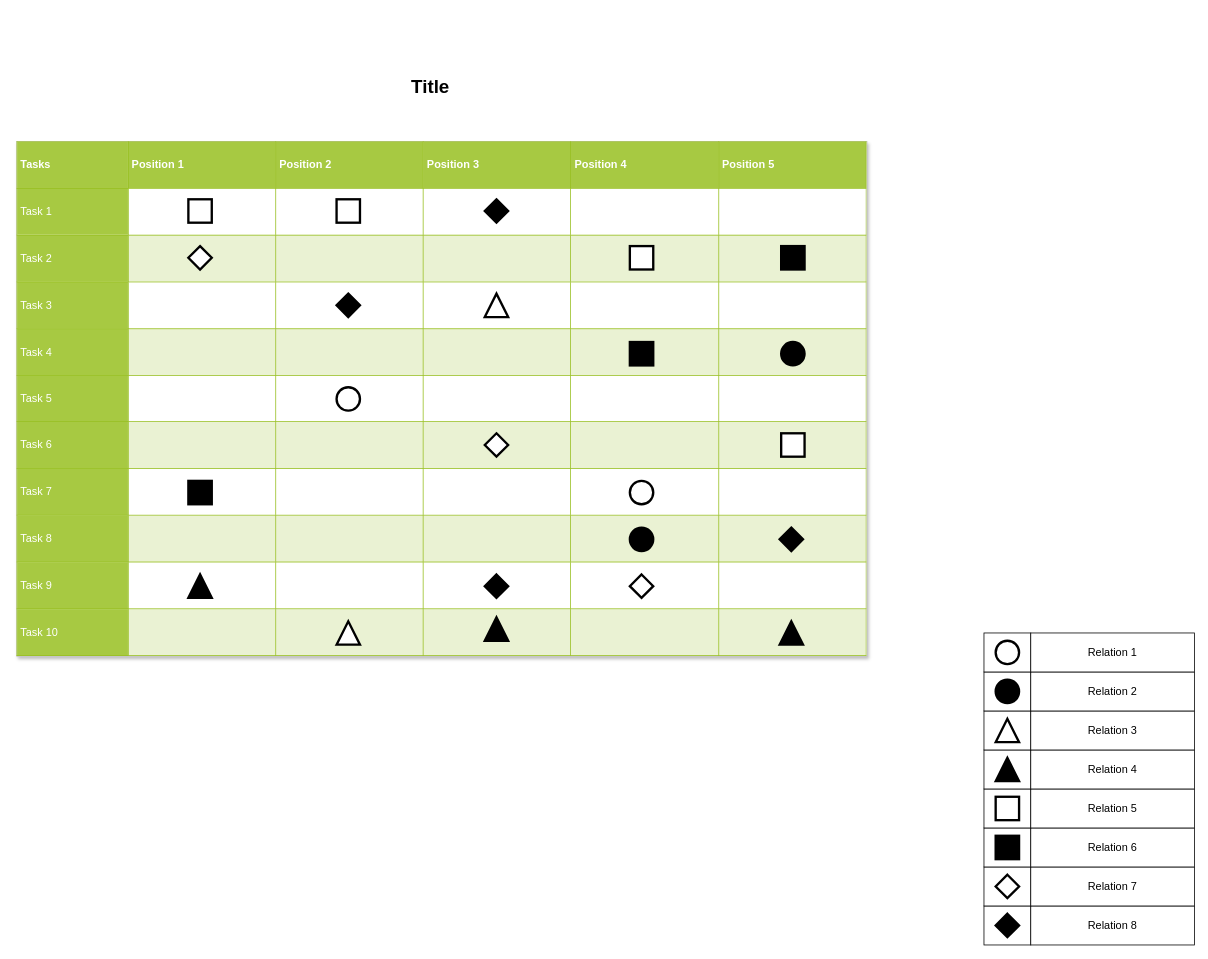
Earlier version of the draw.io diagram aoi.drawio (LiuBaiSMD/drawIO). Source tidied: cells renumbered, new cells numbered last; positions are measured from the earlier drawing's top-left corner, leaving out a move shared by most shapes. Both pictures are drawn from the tidied source at 78%, with x=0, y=0 at pixel (16, 71).
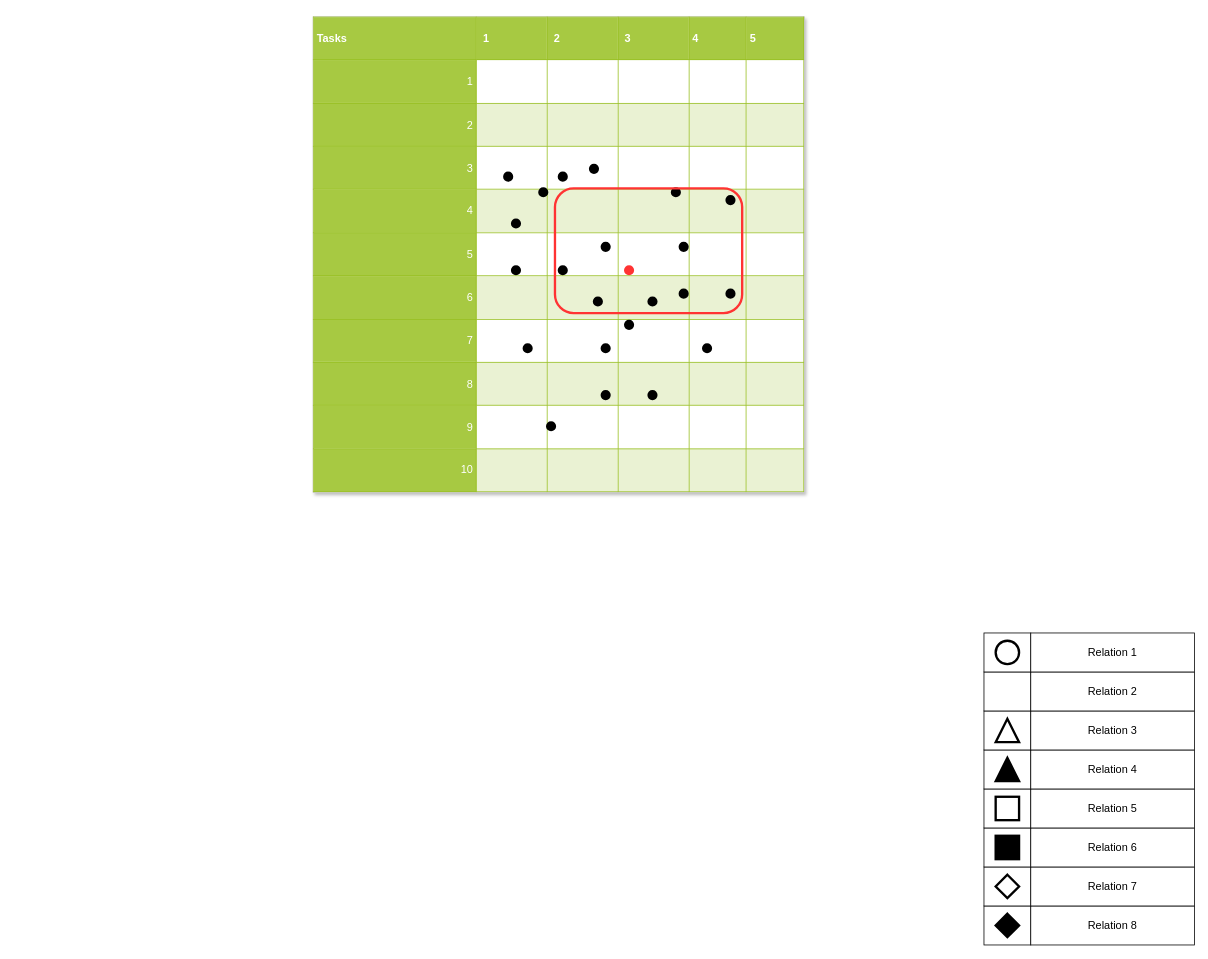
The same diagram, later.

The edit, as a diff of the source:
```diff
@@
-    <mxCell id="19" value="&lt;table border=&quot;1&quot; width=&quot;100%&quot; cellpadding=&quot;4&quot; style=&quot;width: 100% ; height: 100% ; border-collapse: collapse&quot;&gt;&lt;tbody&gt;&lt;tr style=&quot;background-color: #a7c942 ; color: #ffffff ; border: 1px solid #98bf21&quot;&gt;&lt;th&gt;Tasks&lt;/th&gt;&lt;th&gt;Position 1&lt;/th&gt;&lt;th&gt;Position 2&lt;/th&gt;&lt;th&gt;Position 3&lt;/th&gt;&lt;th&gt;Position 4&lt;/th&gt;&lt;th&gt;Position 5&lt;/th&gt;&lt;/tr&gt;&lt;tr style=&quot;border: 1px solid #98bf21&quot;&gt;&lt;td style=&quot;background-color: #a7c942 ; color: #ffffff ; border: 1px solid #98bf21&quot;&gt;Task 1&lt;/td&gt;&lt;td&gt;&lt;/td&gt;&lt;td&gt;&lt;/td&gt;&lt;td&gt;&lt;br&gt;&lt;/td&gt;&lt;td&gt;&lt;br&gt;&lt;/td&gt;&lt;td&gt;&lt;br&gt;&lt;/td&gt;&lt;/tr&gt;&lt;tr style=&quot;background-color: #eaf2d3 ; border: 1px solid #98bf21&quot;&gt;&lt;td style=&quot;background-color: #a7c942 ; color: #ffffff ; border: 1px solid #98bf21&quot;&gt;Task 2&lt;/td&gt;&lt;td&gt;&lt;/td&gt;&lt;td&gt;&lt;/td&gt;&lt;td&gt;&lt;br&gt;&lt;/td&gt;&lt;td&gt;&lt;br&gt;&lt;/td&gt;&lt;td&gt;&lt;br&gt;&lt;/td&gt;&lt;/tr&gt;&lt;tr style=&quot;border: 1px solid #98bf21&quot;&gt;&lt;td style=&quot;background-color: #a7c942 ; color: #ffffff ; border: 1px solid #98bf21&quot;&gt;Task 3&lt;/td&gt;&lt;td&gt;&lt;/td&gt;&lt;td&gt;&lt;/td&gt;&lt;td&gt;&lt;br&gt;&lt;/td&gt;&lt;td&gt;&lt;br&gt;&lt;/td&gt;&lt;td&gt;&lt;br&gt;&lt;/td&gt;&lt;/tr&gt;&lt;tr style=&quot;background-color: #eaf2d3 ; border: 1px solid #98bf21&quot;&gt;&lt;td style=&quot;background-color: #a7c942 ; color: #ffffff ; border: 1px solid #98bf21&quot;&gt;Task 4&lt;/td&gt;&lt;td&gt;&lt;/td&gt;&lt;td&gt;&lt;/td&gt;&lt;td&gt;&lt;br&gt;&lt;/td&gt;&lt;td&gt;&lt;br&gt;&lt;/td&gt;&lt;td&gt;&lt;br&gt;&lt;/td&gt;&lt;/tr&gt;&lt;tr style=&quot;border: 1px solid #98bf21&quot;&gt;&lt;td style=&quot;background-color: #a7c942 ; color: #ffffff ; border: 1px solid #98bf21&quot;&gt;Task 5&lt;br&gt;&lt;/td&gt;&lt;td&gt;&lt;br&gt;&lt;/td&gt;&lt;td&gt;&lt;br&gt;&lt;/td&gt;&lt;td&gt;&lt;br&gt;&lt;/td&gt;&lt;td&gt;&lt;br&gt;&lt;/td&gt;&lt;td&gt;&lt;br&gt;&lt;/td&gt;&lt;/tr&gt;&lt;tr style=&quot;background-color: #eaf2d3 ; border: 1px solid #98bf21&quot;&gt;&lt;td style=&quot;background-color: #a7c942 ; color: #ffffff ; border: 1px solid #98bf21&quot;&gt;Task 6&lt;br&gt;&lt;/td&gt;&lt;td&gt;&lt;br&gt;&lt;/td&gt;&lt;td&gt;&lt;br&gt;&lt;/td&gt;&lt;td&gt;&lt;br&gt;&lt;/td&gt;&lt;td&gt;&lt;br&gt;&lt;/td&gt;&lt;td&gt;&lt;br&gt;&lt;/td&gt;&lt;/tr&gt;&lt;tr style=&quot;border: 1px solid #98bf21&quot;&gt;&lt;td style=&quot;background-color: #a7c942 ; color: #ffffff ; border: 1px solid #98bf21&quot;&gt;Task 7&lt;br&gt;&lt;/td&gt;&lt;td&gt;&lt;br&gt;&lt;/td&gt;&lt;td&gt;&lt;br&gt;&lt;/td&gt;&lt;td&gt;&lt;br&gt;&lt;/td&gt;&lt;td&gt;&lt;br&gt;&lt;/td&gt;&lt;td&gt;&lt;br&gt;&lt;/td&gt;&lt;/tr&gt;&lt;tr style=&quot;background-color: #eaf2d3 ; border: 1px solid #98bf21&quot;&gt;&lt;td style=&quot;background-color: #a7c942 ; color: #ffffff ; border: 1px solid #98bf21&quot;&gt;Task 8&lt;br&gt;&lt;/td&gt;&lt;td&gt;&lt;br&gt;&lt;/td&gt;&lt;td&gt;&lt;br&gt;&lt;/td&gt;&lt;td&gt;&lt;br&gt;&lt;/td&gt;&lt;td&gt;&lt;br&gt;&lt;/td&gt;&lt;td&gt;&lt;br&gt;&lt;/td&gt;&lt;/tr&gt;&lt;tr style=&quot;border: 1px solid #98bf21&quot;&gt;&lt;td style=&quot;background-color: #a7c942 ; color: #ffffff ; border: 1px solid #98bf21&quot;&gt;Task 9&lt;br&gt;&lt;/td&gt;&lt;td&gt;&lt;br&gt;&lt;/td&gt;&lt;td&gt;&lt;br&gt;&lt;/td&gt;&lt;td&gt;&lt;br&gt;&lt;/td&gt;&lt;td&gt;&lt;br&gt;&lt;/td&gt;&lt;td&gt;&lt;br&gt;&lt;/td&gt;&lt;/tr&gt;&lt;tr style=&quot;background-color: #eaf2d3 ; border: 1px solid #98bf21&quot;&gt;&lt;td style=&quot;background-color: #a7c942 ; color: #ffffff ; border: 1px solid #98bf21&quot;&gt;Task 10&lt;br&gt;&lt;/td&gt;&lt;td&gt;&lt;br&gt;&lt;/td&gt;&lt;td&gt;&lt;br&gt;&lt;/td&gt;&lt;td&gt;&lt;br&gt;&lt;/td&gt;&lt;td&gt;&lt;br&gt;&lt;/td&gt;&lt;td&gt;&lt;br&gt;&lt;/td&gt;&lt;/tr&gt;&lt;/tbody&gt;&lt;/table&gt;" style="text;html=1;strokeColor=#c0c0c0;fillColor=#ffffff;overflow=fill;rounded=0;shadow=1;fontSize=14;fontColor=#000000;" parent="1" vertex="1">
-      <mxGeometry y="90" width="1090" height="660" as="geometry" />
+    <mxCell id="19" value="&lt;table border=&quot;1&quot; width=&quot;100%&quot; cellpadding=&quot;4&quot; style=&quot;width: 100% ; height: 100% ; border-collapse: collapse&quot;&gt;&lt;tbody&gt;&lt;tr style=&quot;background-color: #a7c942 ; color: #ffffff ; border: 1px solid #98bf21&quot;&gt;&lt;th&gt;Tasks&lt;/th&gt;&lt;th&gt;&amp;nbsp;1&lt;/th&gt;&lt;th&gt;&amp;nbsp;2&lt;/th&gt;&lt;th&gt;&amp;nbsp;3&lt;/th&gt;&lt;th&gt;4&lt;/th&gt;&lt;th&gt;5&lt;/th&gt;&lt;/tr&gt;&lt;tr style=&quot;border: 1px solid #98bf21&quot;&gt;&lt;td style=&quot;text-align: right; background-color: rgb(167, 201, 66); color: rgb(255, 255, 255); border: 1px solid rgb(152, 191, 33);&quot;&gt;1&lt;/td&gt;&lt;td&gt;&lt;/td&gt;&lt;td&gt;&lt;/td&gt;&lt;td&gt;&lt;br&gt;&lt;/td&gt;&lt;td&gt;&lt;br&gt;&lt;/td&gt;&lt;td&gt;&lt;br&gt;&lt;/td&gt;&lt;/tr&gt;&lt;tr style=&quot;background-color: #eaf2d3 ; border: 1px solid #98bf21&quot;&gt;&lt;td style=&quot;text-align: right; background-color: rgb(167, 201, 66); color: rgb(255, 255, 255); border: 1px solid rgb(152, 191, 33);&quot;&gt;2&lt;/td&gt;&lt;td&gt;&lt;/td&gt;&lt;td&gt;&lt;/td&gt;&lt;td&gt;&lt;br&gt;&lt;/td&gt;&lt;td&gt;&lt;br&gt;&lt;/td&gt;&lt;td&gt;&lt;br&gt;&lt;/td&gt;&lt;/tr&gt;&lt;tr style=&quot;border: 1px solid #98bf21&quot;&gt;&lt;td style=&quot;text-align: right; background-color: rgb(167, 201, 66); color: rgb(255, 255, 255); border: 1px solid rgb(152, 191, 33);&quot;&gt;3&lt;/td&gt;&lt;td&gt;&lt;/td&gt;&lt;td&gt;&lt;/td&gt;&lt;td&gt;&lt;br&gt;&lt;/td&gt;&lt;td&gt;&lt;br&gt;&lt;/td&gt;&lt;td&gt;&lt;br&gt;&lt;/td&gt;&lt;/tr&gt;&lt;tr style=&quot;background-color: #eaf2d3 ; border: 1px solid #98bf21&quot;&gt;&lt;td style=&quot;text-align: right; background-color: rgb(167, 201, 66); color: rgb(255, 255, 255); border: 1px solid rgb(152, 191, 33);&quot;&gt;&amp;nbsp;4&lt;/td&gt;&lt;td&gt;&lt;/td&gt;&lt;td&gt;&lt;/td&gt;&lt;td&gt;&lt;br&gt;&lt;/td&gt;&lt;td&gt;&lt;br&gt;&lt;/td&gt;&lt;td&gt;&lt;br&gt;&lt;/td&gt;&lt;/tr&gt;&lt;tr style=&quot;border: 1px solid #98bf21&quot;&gt;&lt;td style=&quot;text-align: right; background-color: rgb(167, 201, 66); color: rgb(255, 255, 255); border: 1px solid rgb(152, 191, 33);&quot;&gt;5&lt;br&gt;&lt;/td&gt;&lt;td style=&quot;text-align: right;&quot;&gt;&lt;br&gt;&lt;/td&gt;&lt;td style=&quot;text-align: right;&quot;&gt;&lt;br&gt;&lt;/td&gt;&lt;td style=&quot;text-align: right;&quot;&gt;&lt;br&gt;&lt;/td&gt;&lt;td style=&quot;text-align: right;&quot;&gt;&lt;br&gt;&lt;/td&gt;&lt;td style=&quot;text-align: right;&quot;&gt;&lt;br&gt;&lt;/td&gt;&lt;/tr&gt;&lt;tr style=&quot;background-color: #eaf2d3 ; border: 1px solid #98bf21&quot;&gt;&lt;td style=&quot;text-align: right; background-color: rgb(167, 201, 66); color: rgb(255, 255, 255); border: 1px solid rgb(152, 191, 33);&quot;&gt;6&lt;br&gt;&lt;/td&gt;&lt;td style=&quot;text-align: right;&quot;&gt;&lt;br&gt;&lt;/td&gt;&lt;td style=&quot;text-align: right;&quot;&gt;&lt;br&gt;&lt;/td&gt;&lt;td style=&quot;text-align: right;&quot;&gt;&lt;br&gt;&lt;/td&gt;&lt;td style=&quot;text-align: right;&quot;&gt;&lt;br&gt;&lt;/td&gt;&lt;td style=&quot;text-align: right;&quot;&gt;&lt;br&gt;&lt;/td&gt;&lt;/tr&gt;&lt;tr style=&quot;border: 1px solid #98bf21&quot;&gt;&lt;td style=&quot;text-align: right; background-color: rgb(167, 201, 66); color: rgb(255, 255, 255); border: 1px solid rgb(152, 191, 33);&quot;&gt;&amp;nbsp;7&lt;br&gt;&lt;/td&gt;&lt;td style=&quot;text-align: right;&quot;&gt;&lt;br&gt;&lt;/td&gt;&lt;td style=&quot;text-align: right;&quot;&gt;&lt;br&gt;&lt;/td&gt;&lt;td style=&quot;text-align: right;&quot;&gt;&lt;br&gt;&lt;/td&gt;&lt;td style=&quot;text-align: right;&quot;&gt;&lt;br&gt;&lt;/td&gt;&lt;td style=&quot;text-align: right;&quot;&gt;&lt;br&gt;&lt;/td&gt;&lt;/tr&gt;&lt;tr style=&quot;background-color: #eaf2d3 ; border: 1px solid #98bf21&quot;&gt;&lt;td style=&quot;text-align: right; background-color: rgb(167, 201, 66); color: rgb(255, 255, 255); border: 1px solid rgb(152, 191, 33);&quot;&gt;8&lt;br&gt;&lt;/td&gt;&lt;td style=&quot;text-align: right;&quot;&gt;&lt;br&gt;&lt;/td&gt;&lt;td style=&quot;text-align: right;&quot;&gt;&lt;br&gt;&lt;/td&gt;&lt;td style=&quot;text-align: right;&quot;&gt;&lt;br&gt;&lt;/td&gt;&lt;td style=&quot;text-align: right;&quot;&gt;&lt;br&gt;&lt;/td&gt;&lt;td style=&quot;text-align: right;&quot;&gt;&lt;br&gt;&lt;/td&gt;&lt;/tr&gt;&lt;tr style=&quot;border: 1px solid #98bf21&quot;&gt;&lt;td style=&quot;text-align: right; background-color: rgb(167, 201, 66); color: rgb(255, 255, 255); border: 1px solid rgb(152, 191, 33);&quot;&gt;9&lt;br&gt;&lt;/td&gt;&lt;td style=&quot;text-align: right;&quot;&gt;&lt;br&gt;&lt;/td&gt;&lt;td style=&quot;text-align: right;&quot;&gt;&lt;br&gt;&lt;/td&gt;&lt;td style=&quot;text-align: right;&quot;&gt;&lt;br&gt;&lt;/td&gt;&lt;td style=&quot;text-align: right;&quot;&gt;&lt;br&gt;&lt;/td&gt;&lt;td style=&quot;text-align: right;&quot;&gt;&lt;br&gt;&lt;/td&gt;&lt;/tr&gt;&lt;tr style=&quot;background-color: #eaf2d3 ; border: 1px solid #98bf21&quot;&gt;&lt;td style=&quot;text-align: right; background-color: rgb(167, 201, 66); color: rgb(255, 255, 255); border: 1px solid rgb(152, 191, 33);&quot;&gt;10&lt;br&gt;&lt;/td&gt;&lt;td&gt;&lt;br&gt;&lt;/td&gt;&lt;td&gt;&lt;br&gt;&lt;/td&gt;&lt;td&gt;&lt;br&gt;&lt;/td&gt;&lt;td&gt;&lt;br&gt;&lt;/td&gt;&lt;td&gt;&lt;br&gt;&lt;/td&gt;&lt;/tr&gt;&lt;/tbody&gt;&lt;/table&gt;" style="text;html=1;strokeColor=#c0c0c0;fillColor=#ffffff;overflow=fill;rounded=0;shadow=1;fontSize=14;fontColor=#000000;fixedWidth=0;imageAspect=1;" parent="1" vertex="1">
+      <mxGeometry x="380" y="-70" width="630" height="610" as="geometry" />
     </mxCell>
-    <mxCell id="20" value="Title" style="text;strokeColor=none;fillColor=none;html=1;fontSize=24;fontStyle=1;verticalAlign=middle;align=center;rounded=0;shadow=1;" parent="1" vertex="1">
-      <mxGeometry x="140" width="780" height="40" as="geometry" />
-    </mxCell>
@@
     <mxCell id="22" style="ellipse;whiteSpace=wrap;html=1;rounded=0;shadow=0;strokeWidth=3;fontSize=14;fillColor=#000000;" parent="1" vertex="1">
-      <mxGeometry x="1255" y="780" width="30" height="30" as="geometry" />
+      <mxGeometry x="650" y="350" width="10" height="10" as="geometry" />
     </mxCell>
@@
-    <mxCell id="28" style="ellipse;whiteSpace=wrap;html=1;rounded=0;shadow=0;strokeWidth=3;fontSize=14;" parent="1" vertex="1">
-      <mxGeometry x="786" y="525" width="30" height="30" as="geometry" />
-    </mxCell>
-    <mxCell id="29" style="ellipse;whiteSpace=wrap;html=1;rounded=0;shadow=0;strokeWidth=3;fontSize=14;" parent="1" vertex="1">
-      <mxGeometry x="410" y="405" width="30" height="30" as="geometry" />
-    </mxCell>
-    <mxCell id="30" style="ellipse;whiteSpace=wrap;html=1;rounded=0;shadow=0;strokeWidth=3;fontSize=14;fillColor=#000000;" parent="1" vertex="1">
-      <mxGeometry x="980" y="347" width="30" height="30" as="geometry" />
-    </mxCell>
-    <mxCell id="31" style="ellipse;whiteSpace=wrap;html=1;rounded=0;shadow=0;strokeWidth=3;fontSize=14;fillColor=#000000;" parent="1" vertex="1">
-      <mxGeometry x="786" y="585" width="30" height="30" as="geometry" />
-    </mxCell>
-    <mxCell id="32" style="triangle;whiteSpace=wrap;html=1;rounded=0;shadow=0;strokeWidth=3;fontSize=14;direction=north;" parent="1" vertex="1">
-      <mxGeometry x="410" y="705" width="30" height="30" as="geometry" />
-    </mxCell>
-    <mxCell id="33" style="triangle;whiteSpace=wrap;html=1;rounded=0;shadow=0;strokeWidth=3;fontSize=14;direction=north;" parent="1" vertex="1">
-      <mxGeometry x="600" y="285" width="30" height="30" as="geometry" />
-    </mxCell>
-    <mxCell id="34" style="triangle;whiteSpace=wrap;html=1;rounded=0;shadow=0;strokeWidth=3;fillColor=#000000;fontSize=14;direction=north;" parent="1" vertex="1">
-      <mxGeometry x="978" y="705" width="30" height="30" as="geometry" />
-    </mxCell>
-    <mxCell id="35" style="triangle;whiteSpace=wrap;html=1;rounded=0;shadow=0;strokeWidth=3;fillColor=#000000;fontSize=14;direction=north;" parent="1" vertex="1">
-      <mxGeometry x="600" y="700" width="30" height="30" as="geometry" />
-    </mxCell>
-    <mxCell id="36" style="triangle;whiteSpace=wrap;html=1;rounded=0;shadow=0;strokeWidth=3;fillColor=#000000;fontSize=14;direction=north;" parent="1" vertex="1">
-      <mxGeometry x="220" y="645" width="30" height="30" as="geometry" />
-    </mxCell>
-    <mxCell id="37" style="whiteSpace=wrap;html=1;rounded=0;shadow=0;strokeWidth=3;fontSize=14;" parent="1" vertex="1">
-      <mxGeometry x="220" y="164" width="30" height="30" as="geometry" />
-    </mxCell>
-    <mxCell id="38" style="whiteSpace=wrap;html=1;rounded=0;shadow=0;strokeWidth=3;fontSize=14;" parent="1" vertex="1">
-      <mxGeometry x="410" y="164" width="30" height="30" as="geometry" />
-    </mxCell>
-    <mxCell id="39" style="whiteSpace=wrap;html=1;rounded=0;shadow=0;strokeWidth=3;fontSize=14;" parent="1" vertex="1">
-      <mxGeometry x="786" y="224" width="30" height="30" as="geometry" />
-    </mxCell>
-    <mxCell id="40" style="whiteSpace=wrap;html=1;rounded=0;shadow=0;strokeWidth=3;fillColor=#ffffff;fontSize=14;" parent="1" vertex="1">
-      <mxGeometry x="980" y="464" width="30" height="30" as="geometry" />
-    </mxCell>
-    <mxCell id="41" style="whiteSpace=wrap;html=1;rounded=0;shadow=0;strokeWidth=3;fillColor=#000000;fontSize=14;" parent="1" vertex="1">
-      <mxGeometry x="220" y="525" width="30" height="30" as="geometry" />
-    </mxCell>
-    <mxCell id="42" style="whiteSpace=wrap;html=1;rounded=0;shadow=0;strokeWidth=3;fillColor=#000000;fontSize=14;" parent="1" vertex="1">
-      <mxGeometry x="786" y="347" width="30" height="30" as="geometry" />
-    </mxCell>
-    <mxCell id="43" style="whiteSpace=wrap;html=1;rounded=0;shadow=0;strokeWidth=3;fillColor=#000000;fontSize=14;" parent="1" vertex="1">
-      <mxGeometry x="980" y="224" width="30" height="30" as="geometry" />
-    </mxCell>
-    <mxCell id="44" style="rhombus;whiteSpace=wrap;html=1;rounded=0;shadow=0;strokeWidth=3;fontSize=14;" parent="1" vertex="1">
-      <mxGeometry x="600" y="464" width="30" height="30" as="geometry" />
-    </mxCell>
-    <mxCell id="45" style="rhombus;whiteSpace=wrap;html=1;rounded=0;shadow=0;strokeWidth=3;fontSize=14;" parent="1" vertex="1">
-      <mxGeometry x="220" y="224" width="30" height="30" as="geometry" />
-    </mxCell>
-    <mxCell id="46" style="rhombus;whiteSpace=wrap;html=1;rounded=0;shadow=0;strokeWidth=3;fontSize=14;" parent="1" vertex="1">
-      <mxGeometry x="786" y="645" width="30" height="30" as="geometry" />
-    </mxCell>
-    <mxCell id="47" style="rhombus;whiteSpace=wrap;html=1;rounded=0;shadow=0;strokeWidth=3;fillColor=#000000;fontSize=14;" parent="1" vertex="1">
-      <mxGeometry x="978" y="585" width="30" height="30" as="geometry" />
-    </mxCell>
-    <mxCell id="48" style="rhombus;whiteSpace=wrap;html=1;rounded=0;shadow=0;strokeWidth=3;fillColor=#000000;fontSize=14;" parent="1" vertex="1">
-      <mxGeometry x="410" y="285" width="30" height="30" as="geometry" />
-    </mxCell>
-    <mxCell id="49" style="rhombus;whiteSpace=wrap;html=1;rounded=0;shadow=0;strokeWidth=3;fillColor=#000000;fontSize=14;" parent="1" vertex="1">
-      <mxGeometry x="600" y="164" width="30" height="30" as="geometry" />
-    </mxCell>
-    <mxCell id="50" style="rhombus;whiteSpace=wrap;html=1;rounded=0;shadow=0;strokeWidth=3;fillColor=#000000;fontSize=14;" parent="1" vertex="1">
-      <mxGeometry x="600" y="645" width="30" height="30" as="geometry" />
-    </mxCell>
+    <mxCell id="51" style="ellipse;whiteSpace=wrap;html=1;rounded=0;shadow=0;strokeWidth=3;fontSize=14;fillColor=#000000;" parent="1" vertex="1">
+      <mxGeometry x="750" y="350" width="10" height="10" as="geometry" />
+    </mxCell>
+    <mxCell id="52" style="ellipse;whiteSpace=wrap;html=1;rounded=0;shadow=0;strokeWidth=3;fontSize=14;fillColor=#000000;" parent="1" vertex="1">
+      <mxGeometry x="740" y="290" width="10" height="10" as="geometry" />
+    </mxCell>
+    <mxCell id="53" style="ellipse;whiteSpace=wrap;html=1;rounded=0;shadow=0;strokeWidth=3;fontSize=14;fillColor=#000000;" parent="1" vertex="1">
+      <mxGeometry x="810" y="290" width="10" height="10" as="geometry" />
+    </mxCell>
+    <mxCell id="54" style="ellipse;whiteSpace=wrap;html=1;rounded=0;shadow=0;strokeWidth=3;fontSize=14;fillColor=#000000;" parent="1" vertex="1">
+      <mxGeometry x="680" y="450" width="10" height="10" as="geometry" />
+    </mxCell>
+    <mxCell id="55" style="ellipse;whiteSpace=wrap;html=1;rounded=0;shadow=0;strokeWidth=3;fontSize=14;fillColor=#000000;" parent="1" vertex="1">
+      <mxGeometry x="880" y="350" width="10" height="10" as="geometry" />
+    </mxCell>
+    <mxCell id="56" style="ellipse;whiteSpace=wrap;html=1;rounded=0;shadow=0;strokeWidth=3;fontSize=14;fillColor=#000000;" parent="1" vertex="1">
+      <mxGeometry x="750" y="410" width="10" height="10" as="geometry" />
+    </mxCell>
+    <mxCell id="57" style="ellipse;whiteSpace=wrap;html=1;rounded=0;shadow=0;strokeWidth=3;fontSize=14;fillColor=#000000;" parent="1" vertex="1">
+      <mxGeometry x="810" y="410" width="10" height="10" as="geometry" />
+    </mxCell>
+    <mxCell id="58" style="ellipse;whiteSpace=wrap;html=1;rounded=0;shadow=0;strokeWidth=3;fontSize=14;fillColor=#000000;" parent="1" vertex="1">
+      <mxGeometry x="750" y="220" width="10" height="10" as="geometry" />
+    </mxCell>
+    <mxCell id="59" style="ellipse;whiteSpace=wrap;html=1;rounded=0;shadow=0;strokeWidth=3;fontSize=14;fillColor=#000000;" parent="1" vertex="1">
+      <mxGeometry x="850" y="220" width="10" height="10" as="geometry" />
+    </mxCell>
+    <mxCell id="60" style="ellipse;whiteSpace=wrap;html=1;rounded=0;shadow=0;strokeWidth=3;fontSize=14;fillColor=#000000;" parent="1" vertex="1">
+      <mxGeometry x="840" y="150" width="10" height="10" as="geometry" />
+    </mxCell>
+    <mxCell id="61" style="ellipse;whiteSpace=wrap;html=1;rounded=0;shadow=0;strokeWidth=3;fontSize=14;fillColor=#000000;" parent="1" vertex="1">
+      <mxGeometry x="910" y="160" width="10" height="10" as="geometry" />
+    </mxCell>
+    <mxCell id="62" style="ellipse;whiteSpace=wrap;html=1;rounded=0;shadow=0;strokeWidth=3;fontSize=14;fillColor=#000000;" parent="1" vertex="1">
+      <mxGeometry x="780" y="320" width="10" height="10" as="geometry" />
+    </mxCell>
+    <mxCell id="63" style="ellipse;whiteSpace=wrap;html=1;rounded=0;shadow=0;strokeWidth=3;fontSize=14;fillColor=#FF3333;strokeColor=#FF3333;" parent="1" vertex="1">
+      <mxGeometry x="780" y="250" width="10" height="10" as="geometry" />
+    </mxCell>
+    <mxCell id="64" style="ellipse;whiteSpace=wrap;html=1;rounded=0;shadow=0;strokeWidth=3;fontSize=14;fillColor=#000000;" parent="1" vertex="1">
+      <mxGeometry x="850" y="280" width="10" height="10" as="geometry" />
+    </mxCell>
+    <mxCell id="65" style="ellipse;whiteSpace=wrap;html=1;rounded=0;shadow=0;strokeWidth=3;fontSize=14;fillColor=#000000;" parent="1" vertex="1">
+      <mxGeometry x="910" y="280" width="10" height="10" as="geometry" />
+    </mxCell>
+    <mxCell id="66" style="ellipse;whiteSpace=wrap;html=1;rounded=0;shadow=0;strokeWidth=3;fontSize=14;fillColor=#000000;" parent="1" vertex="1">
+      <mxGeometry x="635" y="190" width="10" height="10" as="geometry" />
+    </mxCell>
+    <mxCell id="67" style="ellipse;whiteSpace=wrap;html=1;rounded=0;shadow=0;strokeWidth=3;fontSize=14;fillColor=#000000;" parent="1" vertex="1">
+      <mxGeometry x="625" y="130" width="10" height="10" as="geometry" />
+    </mxCell>
+    <mxCell id="68" style="ellipse;whiteSpace=wrap;html=1;rounded=0;shadow=0;strokeWidth=3;fontSize=14;fillColor=#000000;" parent="1" vertex="1">
+      <mxGeometry x="695" y="130" width="10" height="10" as="geometry" />
+    </mxCell>
+    <mxCell id="69" style="ellipse;whiteSpace=wrap;html=1;rounded=0;shadow=0;strokeWidth=3;fontSize=14;fillColor=#000000;" parent="1" vertex="1">
+      <mxGeometry x="635" y="250" width="10" height="10" as="geometry" />
+    </mxCell>
+    <mxCell id="70" style="ellipse;whiteSpace=wrap;html=1;rounded=0;shadow=0;strokeWidth=3;fontSize=14;fillColor=#000000;" parent="1" vertex="1">
+      <mxGeometry x="695" y="250" width="10" height="10" as="geometry" />
+    </mxCell>
+    <mxCell id="71" style="ellipse;whiteSpace=wrap;html=1;rounded=0;shadow=0;strokeWidth=3;fontSize=14;fillColor=#000000;" parent="1" vertex="1">
+      <mxGeometry x="670" y="150" width="10" height="10" as="geometry" />
+    </mxCell>
+    <mxCell id="72" style="ellipse;whiteSpace=wrap;html=1;rounded=0;shadow=0;strokeWidth=3;fontSize=14;fillColor=#000000;" parent="1" vertex="1">
+      <mxGeometry x="735" y="120" width="10" height="10" as="geometry" />
+    </mxCell>
+    <mxCell id="73" style="rounded=1;whiteSpace=wrap;html=1;strokeColor=#FF3333;fillColor=none;strokeWidth=3;" parent="1" vertex="1">
+      <mxGeometry x="690" y="150" width="240" height="160" as="geometry" />
+    </mxCell>
```
